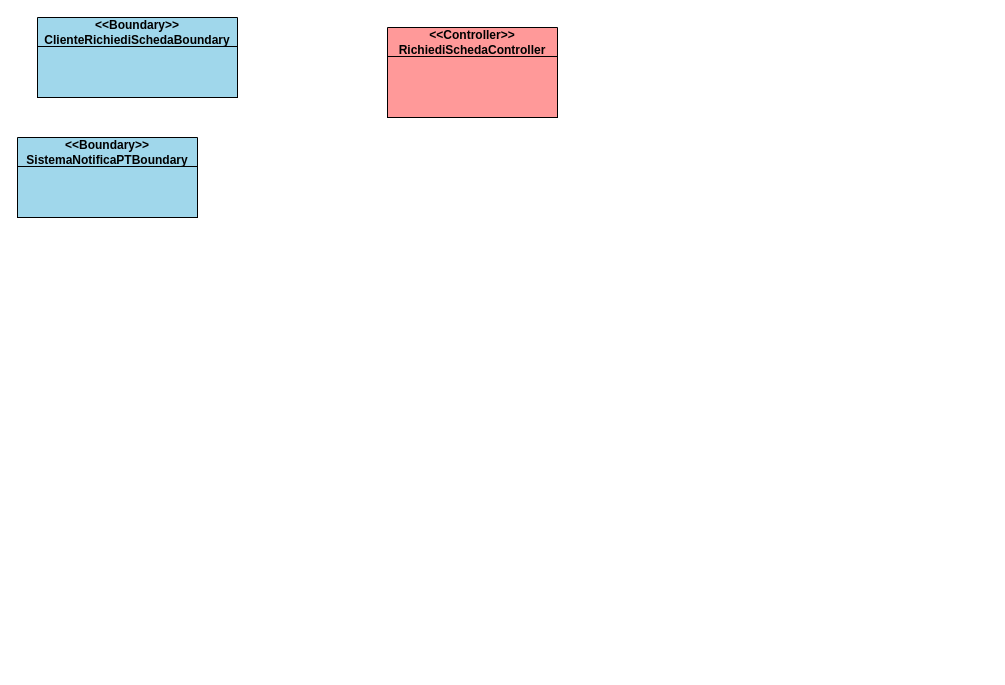
This is Diagramma senza titolo.drawio from FedericoSib/FitPlan, a draw.io file, before an edit. Source tidied: cells renumbered, new cells numbered last; positions are measured from the earlier drawing's top-left corner, leaving out a move shared by most shapes. Both pictures are drawn from the tidied source at 100%, with x=0, y=0 at pixel (17, 17).
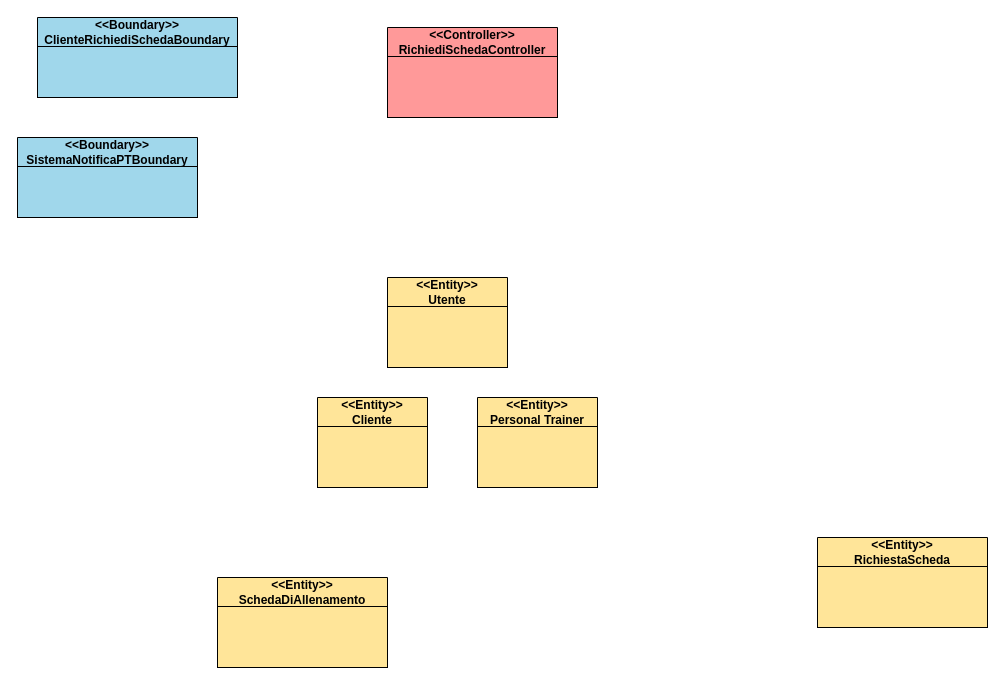
Above is the later version.

The edit, as a diff of the source:
```diff
@@
 <mxGraphModel>
   <root>
     <mxCell id="0" />
     <mxCell id="1" parent="0" />
     <mxCell id="2" value="&lt;div&gt;&amp;lt;&amp;lt;Boundary&amp;gt;&amp;gt;&lt;/div&gt;&lt;div&gt;ClienteRichiediSchedaBoundary&lt;/div&gt;" style="swimlane;fontStyle=1;align=center;verticalAlign=middle;horizontal=1;startSize=29;html=1;whiteSpace=wrap;swimlaneFillColor=light-dark(#ffffff, #ededed);fillColor=#A0D7EB;" parent="1" vertex="1">
       <mxGeometry x="20" width="200" height="80" as="geometry" />
     </mxCell>
     <mxCell id="3" style="text;html=1;strokeColor=default;fillColor=#A0D7EB;align=center;verticalAlign=middle;spacingLeft=4;spacingRight=4;overflow=hidden;whiteSpace=wrap;" parent="2" vertex="1">
       <mxGeometry y="29" width="200" height="51" as="geometry" />
     </mxCell>
     <mxCell id="4" value="&lt;div&gt;&amp;lt;&amp;lt;Controller&amp;gt;&amp;gt;&lt;/div&gt;&lt;div&gt;RichiediSchedaController&lt;/div&gt;" style="swimlane;fontStyle=1;align=center;verticalAlign=middle;horizontal=1;startSize=29;html=1;whiteSpace=wrap;swimlaneFillColor=default;fillColor=#FF9999;" parent="1" vertex="1">
       <mxGeometry x="370" y="10" width="170" height="90" as="geometry" />
     </mxCell>
     <mxCell id="5" style="text;html=1;strokeColor=default;fillColor=#FF9999;align=center;verticalAlign=middle;spacingLeft=4;spacingRight=4;overflow=hidden;whiteSpace=wrap;" parent="4" vertex="1">
       <mxGeometry y="29" width="170" height="61" as="geometry" />
     </mxCell>
     <mxCell id="6" value="&lt;div&gt;&amp;lt;&amp;lt;Boundary&amp;gt;&amp;gt;&lt;/div&gt;&lt;div&gt;SistemaNotificaPTBoundary&lt;/div&gt;" style="swimlane;fontStyle=1;align=center;verticalAlign=middle;horizontal=1;startSize=29;html=1;whiteSpace=wrap;swimlaneFillColor=light-dark(#ffffff, #ededed);fillColor=#A0D7EB;" parent="1" vertex="1">
       <mxGeometry y="120" width="180" height="80" as="geometry" />
     </mxCell>
     <mxCell id="7" style="text;html=1;strokeColor=default;fillColor=#A0D7EB;align=center;verticalAlign=middle;spacingLeft=4;spacingRight=4;overflow=hidden;whiteSpace=wrap;" parent="6" vertex="1">
       <mxGeometry y="29" width="180" height="51" as="geometry" />
     </mxCell>
+    <mxCell id="8" value="&lt;div&gt;&amp;lt;&amp;lt;Entity&amp;gt;&amp;gt;&lt;/div&gt;&lt;div&gt;Cliente&lt;/div&gt;" style="swimlane;fontStyle=1;align=center;verticalAlign=middle;horizontal=1;startSize=29;html=1;whiteSpace=wrap;swimlaneFillColor=default;fillColor=#FFE599;" parent="1" vertex="1">
+      <mxGeometry x="300" y="380" width="110" height="90" as="geometry" />
+    </mxCell>
+    <mxCell id="9" style="text;html=1;strokeColor=default;fillColor=#FFE599;align=center;verticalAlign=middle;spacingLeft=4;spacingRight=4;overflow=hidden;whiteSpace=wrap;" parent="8" vertex="1">
+      <mxGeometry y="29" width="110" height="61" as="geometry" />
+    </mxCell>
+    <mxCell id="10" value="&lt;div&gt;&amp;lt;&amp;lt;Entity&amp;gt;&amp;gt;&lt;/div&gt;&lt;div&gt;Personal Trainer&lt;/div&gt;" style="swimlane;fontStyle=1;align=center;verticalAlign=middle;horizontal=1;startSize=29;html=1;whiteSpace=wrap;swimlaneFillColor=default;fillColor=#FFE599;" parent="1" vertex="1">
+      <mxGeometry x="460" y="380" width="120" height="90" as="geometry" />
+    </mxCell>
+    <mxCell id="11" style="text;html=1;strokeColor=default;fillColor=#FFE599;align=center;verticalAlign=middle;spacingLeft=4;spacingRight=4;overflow=hidden;whiteSpace=wrap;" parent="10" vertex="1">
+      <mxGeometry y="29" width="120" height="61" as="geometry" />
+    </mxCell>
+    <mxCell id="12" value="&lt;div&gt;&amp;lt;&amp;lt;Entity&amp;gt;&amp;gt;&lt;/div&gt;Utente" style="swimlane;fontStyle=1;align=center;verticalAlign=middle;horizontal=1;startSize=29;html=1;whiteSpace=wrap;swimlaneFillColor=default;fillColor=#FFE599;" parent="1" vertex="1">
+      <mxGeometry x="370" y="260" width="120" height="90" as="geometry" />
+    </mxCell>
+    <mxCell id="13" style="text;html=1;strokeColor=default;fillColor=#FFE599;align=center;verticalAlign=middle;spacingLeft=4;spacingRight=4;overflow=hidden;whiteSpace=wrap;" parent="12" vertex="1">
+      <mxGeometry y="29" width="120" height="61" as="geometry" />
+    </mxCell>
+    <mxCell id="14" value="&lt;div&gt;&amp;lt;&amp;lt;Entity&amp;gt;&amp;gt;&lt;/div&gt;SchedaDiAllenamento" style="swimlane;fontStyle=1;align=center;verticalAlign=middle;horizontal=1;startSize=29;html=1;whiteSpace=wrap;swimlaneFillColor=default;fillColor=#FFE599;" parent="1" vertex="1">
+      <mxGeometry x="200" y="560" width="170" height="90" as="geometry" />
+    </mxCell>
+    <mxCell id="15" style="text;html=1;strokeColor=default;fillColor=#FFE599;align=center;verticalAlign=middle;spacingLeft=4;spacingRight=4;overflow=hidden;whiteSpace=wrap;" parent="14" vertex="1">
+      <mxGeometry y="29" width="170" height="61" as="geometry" />
+    </mxCell>
+    <mxCell id="16" value="&lt;div&gt;&amp;lt;&amp;lt;Entity&amp;gt;&amp;gt;&lt;/div&gt;RichiestaScheda" style="swimlane;fontStyle=1;align=center;verticalAlign=middle;horizontal=1;startSize=29;html=1;whiteSpace=wrap;swimlaneFillColor=default;fillColor=#FFE599;" parent="1" vertex="1">
+      <mxGeometry x="800" y="520" width="170" height="90" as="geometry" />
+    </mxCell>
+    <mxCell id="17" style="text;html=1;strokeColor=default;fillColor=#FFE599;align=center;verticalAlign=middle;spacingLeft=4;spacingRight=4;overflow=hidden;whiteSpace=wrap;" parent="16" vertex="1">
+      <mxGeometry y="29" width="170" height="61" as="geometry" />
+    </mxCell>
   </root>
 </mxGraphModel>
```
